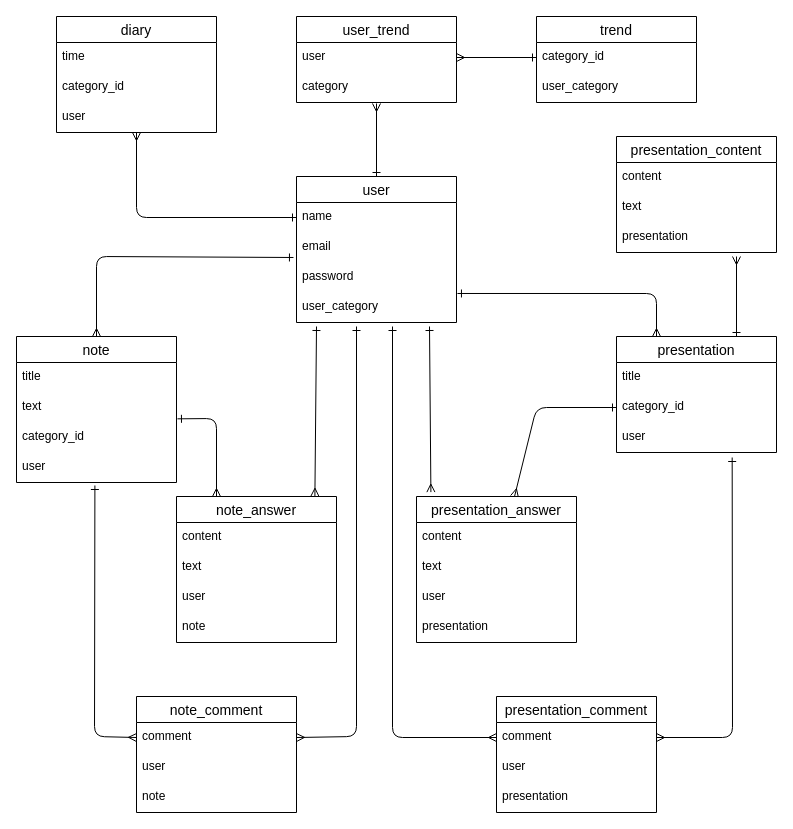
This is ER.dio from xcattleyax/outputera, a draw.io file, before an edit. Source tidied: cells renumbered, new cells numbered last; positions are measured from the earlier drawing's top-left corner, leaving out a move shared by most shapes. Both pictures are drawn from the tidied source at 100%, with x=0, y=0 at pixel (16, 16).
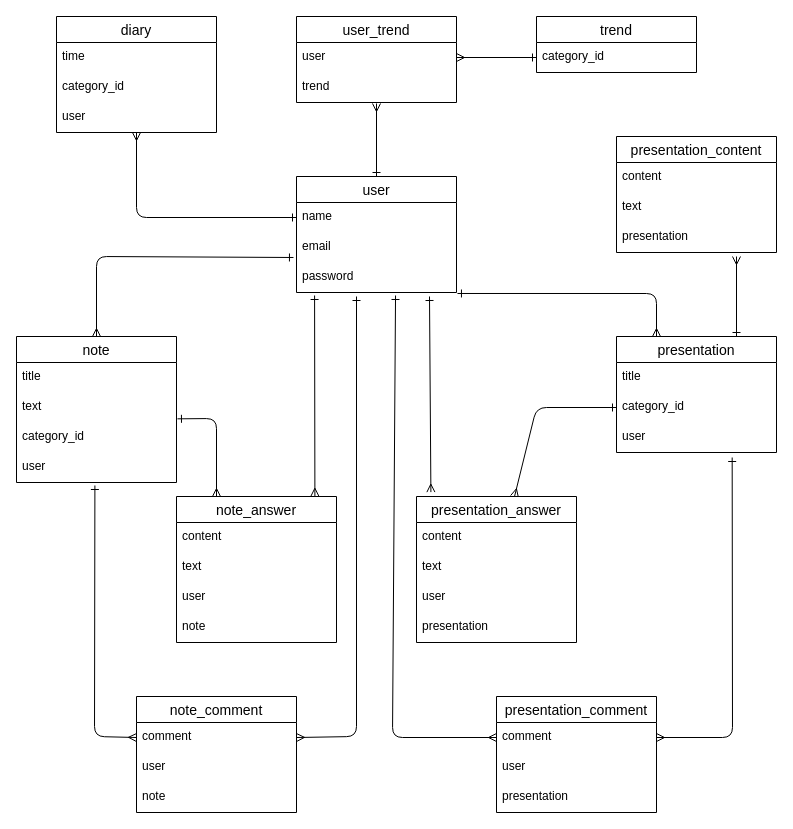
Above is the later version.

Commit message (it also covers changes not shown here):
ER図、およびREADMEの修正

Unchanged cells that the change refers to:
```xml
<mxCell id="5" value="password" style="text;strokeColor=none;fillColor=none;spacingLeft=4;spacingRight=4;overflow=hidden;points=[[0,0.5],[1,0.5]];portConstraint=eastwest;fontSize=12;" parent="2" vertex="1">
  <mxGeometry y="86" width="160" height="30" as="geometry" />
</mxCell>
<mxCell id="30" value="comment" style="text;strokeColor=none;fillColor=none;spacingLeft=4;spacingRight=4;overflow=hidden;points=[[0,0.5],[1,0.5]];portConstraint=eastwest;fontSize=12;" parent="29" vertex="1">
  <mxGeometry y="26" width="160" height="30" as="geometry" />
</mxCell>
<mxCell id="35" value="note_answer" style="swimlane;fontStyle=0;horizontal=1;startSize=26;align=center;fontSize=14;" parent="1" vertex="1">
  <mxGeometry x="160" y="480" width="160" height="146" as="geometry" />
</mxCell>
<mxCell id="45" value="user_trend" style="swimlane;fontStyle=0;horizontal=1;startSize=26;align=center;fontSize=14;" parent="1" vertex="1">
  <mxGeometry x="280" width="160" height="86" as="geometry" />
</mxCell>
<mxCell id="51" value="presentation_answer" style="swimlane;fontStyle=0;horizontal=1;startSize=26;align=center;fontSize=14;" parent="1" vertex="1">
  <mxGeometry x="400" y="480" width="160" height="146" as="geometry" />
</mxCell>
<mxCell id="57" value="comment" style="text;strokeColor=none;fillColor=none;spacingLeft=4;spacingRight=4;overflow=hidden;points=[[0,0.5],[1,0.5]];portConstraint=eastwest;fontSize=12;" parent="56" vertex="1">
  <mxGeometry y="26" width="160" height="30" as="geometry" />
</mxCell>
```

Diff of the diagram source:
```diff
@@
     <mxCell id="2" value="user" style="swimlane;fontStyle=0;horizontal=1;startSize=26;align=center;fontSize=14;" parent="1" vertex="1">
-      <mxGeometry x="280" y="160" width="160" height="146" as="geometry" />
+      <mxGeometry x="280" y="160" width="160" height="116" as="geometry" />
     </mxCell>
@@
-    <mxCell id="6" value="user_category" style="text;strokeColor=none;fillColor=none;spacingLeft=4;spacingRight=4;overflow=hidden;fontSize=12;" parent="2" vertex="1">
-      <mxGeometry y="116" width="160" height="30" as="geometry" />
-    </mxCell>
     <mxCell id="7" value="trend" style="swimlane;fontStyle=0;horizontal=1;startSize=26;align=center;fontSize=14;" parent="1" vertex="1">
-      <mxGeometry x="520" width="160" height="86" as="geometry" />
+      <mxGeometry x="520" width="160" height="56" as="geometry" />
     </mxCell>
@@
-    <mxCell id="9" value="user_category" style="text;strokeColor=none;fillColor=none;spacingLeft=4;spacingRight=4;overflow=hidden;fontSize=12;" parent="7" vertex="1">
-      <mxGeometry y="56" width="160" height="30" as="geometry" />
-    </mxCell>
@@
     <mxCell id="28" style="edgeStyle=none;html=1;startArrow=ERmany;startFill=0;endArrow=ERone;endFill=0;exitX=1;exitY=0.5;exitDx=0;exitDy=0;" parent="1" edge="1" source="30">
       <mxGeometry relative="1" as="geometry">
-        <mxPoint x="340" y="310" as="targetPoint" />
+        <mxPoint x="340" y="280" as="targetPoint" />
         <Array as="points">
           <mxPoint x="340" y="720" />
         </Array>
       </mxGeometry>
     </mxCell>
@@
-    <mxCell id="33" style="edgeStyle=none;html=1;startArrow=ERmany;startFill=0;endArrow=ERone;endFill=0;exitX=0.865;exitY=-0.002;exitDx=0;exitDy=0;exitPerimeter=0;" parent="1" edge="1" source="35">
-      <mxGeometry relative="1" as="geometry">
-        <mxPoint x="300" y="310" as="targetPoint" />
-      </mxGeometry>
+    <mxCell id="33" style="edgeStyle=none;html=1;startArrow=ERmany;startFill=0;endArrow=ERone;endFill=0;exitX=0.865;exitY=-0.002;exitDx=0;exitDy=0;exitPerimeter=0;entryX=0.113;entryY=1.1;entryDx=0;entryDy=0;entryPerimeter=0;" parent="1" edge="1" source="35" target="5">
+      <mxGeometry relative="1" as="geometry" />
     </mxCell>
@@
-    <mxCell id="47" value="category" style="text;strokeColor=none;fillColor=none;spacingLeft=4;spacingRight=4;overflow=hidden;points=[[0,0.5],[1,0.5]];portConstraint=eastwest;fontSize=12;" parent="45" vertex="1">
+    <mxCell id="47" value="trend" style="text;strokeColor=none;fillColor=none;spacingLeft=4;spacingRight=4;overflow=hidden;points=[[0,0.5],[1,0.5]];portConstraint=eastwest;fontSize=12;" parent="45" vertex="1">
       <mxGeometry y="56" width="160" height="30" as="geometry" />
     </mxCell>
@@
     <mxCell id="50" style="edgeStyle=none;html=1;startArrow=ERmany;startFill=0;endArrow=ERone;endFill=0;exitX=0.09;exitY=-0.03;exitDx=0;exitDy=0;exitPerimeter=0;" parent="1" edge="1" source="51">
       <mxGeometry relative="1" as="geometry">
-        <mxPoint x="413" y="310" as="targetPoint" />
+        <mxPoint x="413" y="280" as="targetPoint" />
       </mxGeometry>
     </mxCell>
@@
-    <mxCell id="60" style="edgeStyle=none;html=1;startArrow=ERmany;startFill=0;endArrow=ERone;endFill=0;exitX=0;exitY=0.5;exitDx=0;exitDy=0;" parent="1" edge="1" source="57">
+    <mxCell id="60" style="edgeStyle=none;html=1;startArrow=ERmany;startFill=0;endArrow=ERone;endFill=0;exitX=0;exitY=0.5;exitDx=0;exitDy=0;entryX=0.619;entryY=1.1;entryDx=0;entryDy=0;entryPerimeter=0;" parent="1" edge="1" source="57" target="5">
       <mxGeometry relative="1" as="geometry">
-        <mxPoint x="376" y="310" as="targetPoint" />
         <Array as="points">
           <mxPoint x="376" y="721" />
         </Array>
       </mxGeometry>
     </mxCell>
```
